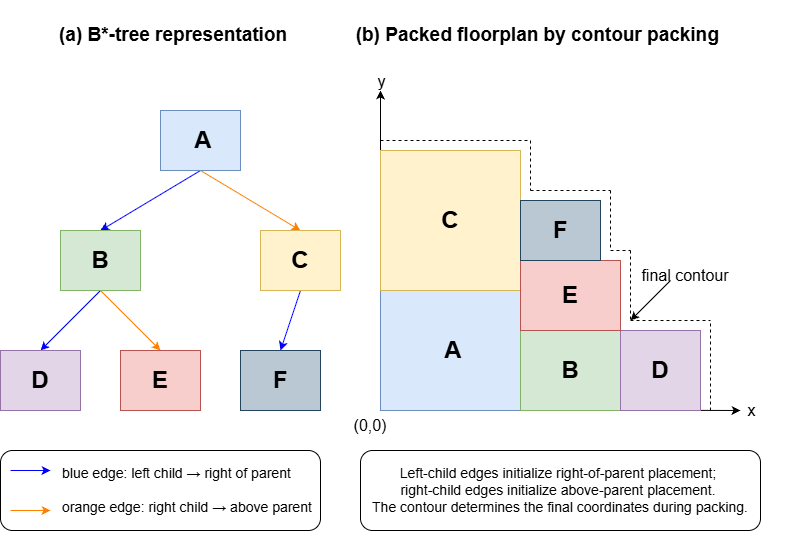
This is assets/images/placement/bstar-tree-relations.png from RuihuaGao/analog-layout-research-portfolio, a draw.io export, as it was before one commit. Source tidied: cells renumbered, new cells last; positions are measured from the earlier drawing's top-left corner, leaving out a move shared by most shapes.
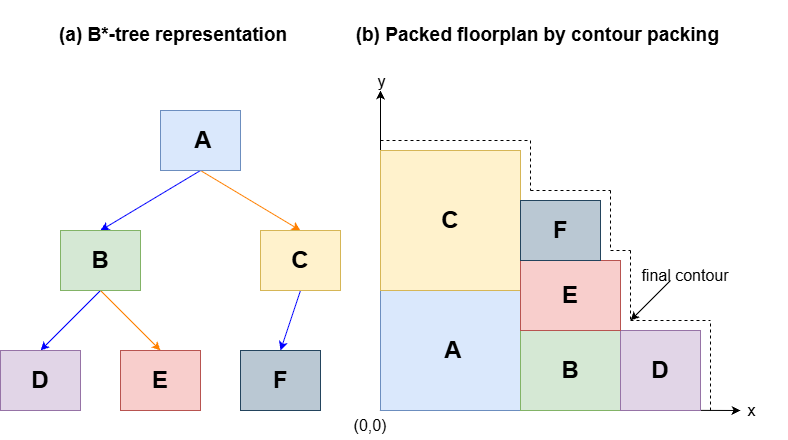
The same file after the commit.

Diff of the diagram source:
```diff
@@ -35,24 +35,6 @@
     <mxCell id="12" value="F" style="rounded=0;whiteSpace=wrap;html=1;fontSize=24;fontStyle=1;fillColor=#bac8d3;strokeColor=#23445d;" parent="1" vertex="1">
       <mxGeometry x="240" y="350" width="80" height="60" as="geometry" />
     </mxCell>
-    <mxCell id="13" style="rounded=1;whiteSpace=wrap;html=1;" parent="1" vertex="1">
-      <mxGeometry y="450" width="320" height="80" as="geometry" />
-    </mxCell>
-    <mxCell id="14" style="rounded=0;orthogonalLoop=1;jettySize=auto;html=1;exitX=0.5;exitY=1;exitDx=0;exitDy=0;strokeColor=#0000FF;" parent="1" edge="1">
-      <mxGeometry relative="1" as="geometry">
-        <mxPoint x="10" y="470" as="sourcePoint" />
-        <mxPoint x="50" y="470" as="targetPoint" />
-      </mxGeometry>
-    </mxCell>
-    <mxCell id="15" style="rounded=0;orthogonalLoop=1;jettySize=auto;html=1;exitX=0.5;exitY=1;exitDx=0;exitDy=0;strokeColor=#FF8000;" parent="1" edge="1">
-      <mxGeometry relative="1" as="geometry">
-        <mxPoint x="10" y="510" as="sourcePoint" />
-        <mxPoint x="50" y="510" as="targetPoint" />
-      </mxGeometry>
-    </mxCell>
-    <mxCell id="16" value="blue edge: left child → right of parent&lt;div&gt;&lt;br&gt;&lt;/div&gt;&lt;div&gt;orange edge: right child → above parent&lt;/div&gt;" style="text;html=1;whiteSpace=wrap;strokeColor=none;fillColor=none;align=left;verticalAlign=middle;rounded=0;fontSize=14;" parent="1" vertex="1">
-      <mxGeometry x="60" y="442.5" width="280" height="95" as="geometry" />
-    </mxCell>
     <mxCell id="17" style="endArrow=classic;html=1;rounded=0;" parent="1" edge="1">
       <mxGeometry relative="1" as="geometry">
         <mxPoint x="380" y="410" as="sourcePoint" />
@@ -156,8 +138,5 @@
     <mxCell id="38" value="&lt;font style=&quot;font-size: 16px;&quot;&gt;final contour&lt;/font&gt;" style="text;html=1;whiteSpace=wrap;strokeColor=none;fillColor=none;align=center;verticalAlign=middle;rounded=0;" parent="1" vertex="1">
       <mxGeometry x="640" y="260" width="90" height="30" as="geometry" />
     </mxCell>
-    <mxCell id="39" value="&lt;font style=&quot;font-size: 14px;&quot;&gt;Left-child edges initialize right-of-parent placement;&amp;nbsp;&lt;/font&gt;&lt;div&gt;&lt;font style=&quot;font-size: 14px;&quot;&gt;right-child edges initialize above-parent placement.&amp;nbsp;&lt;/font&gt;&lt;/div&gt;&lt;div&gt;&lt;font style=&quot;font-size: 14px;&quot;&gt;The contour determines the final coordinates during packing.&lt;/font&gt;&lt;/div&gt;" style="rounded=1;whiteSpace=wrap;html=1;" parent="1" vertex="1">
-      <mxGeometry x="360" y="450" width="400" height="80" as="geometry" />
-    </mxCell>
   </root>
 </mxGraphModel>
```
